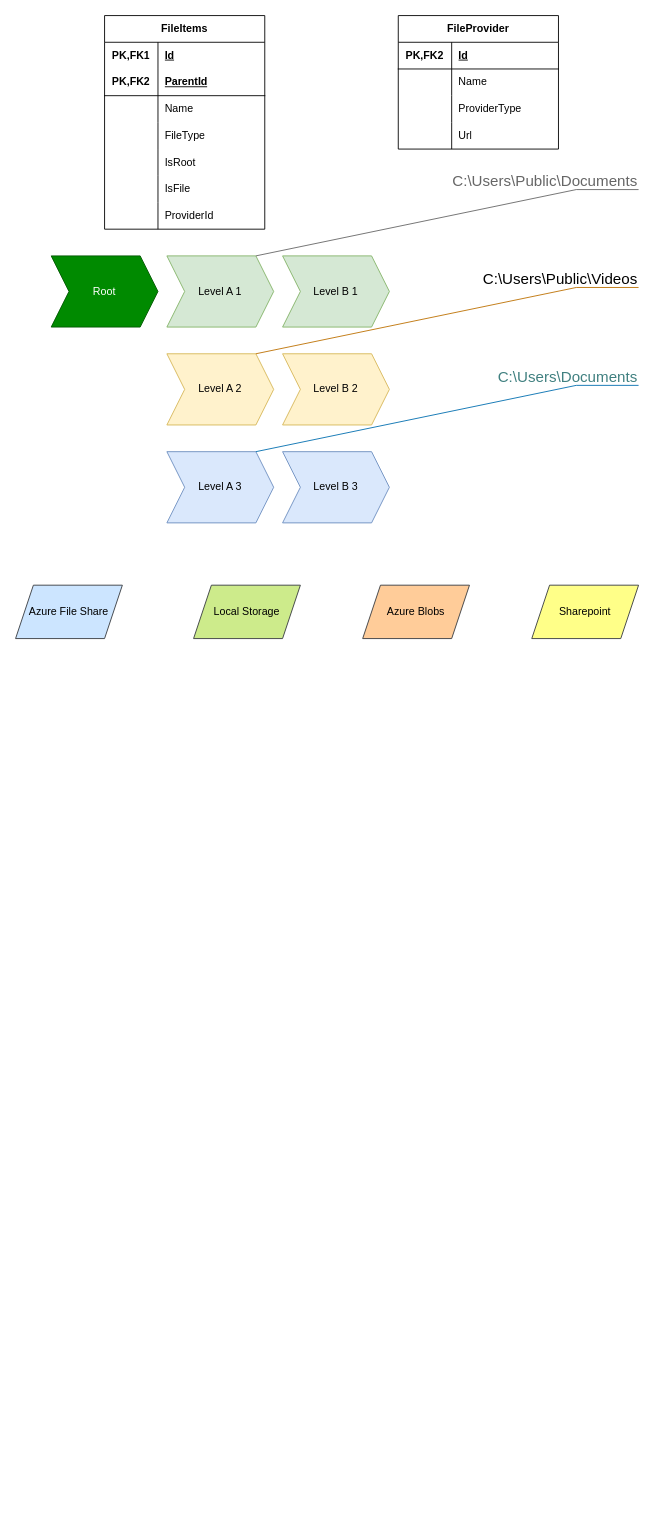
Above: TestBot/Untitled Diagram.drawio in Gnyasha/TestBot (draw.io), before the change. Source tidied: cells renumbered, new cells numbered last; positions are measured from the earlier drawing's top-left corner, leaving out a move shared by most shapes. Both pictures are drawn from the tidied source at 89%, with x=0, y=0 at pixel (15, 15).
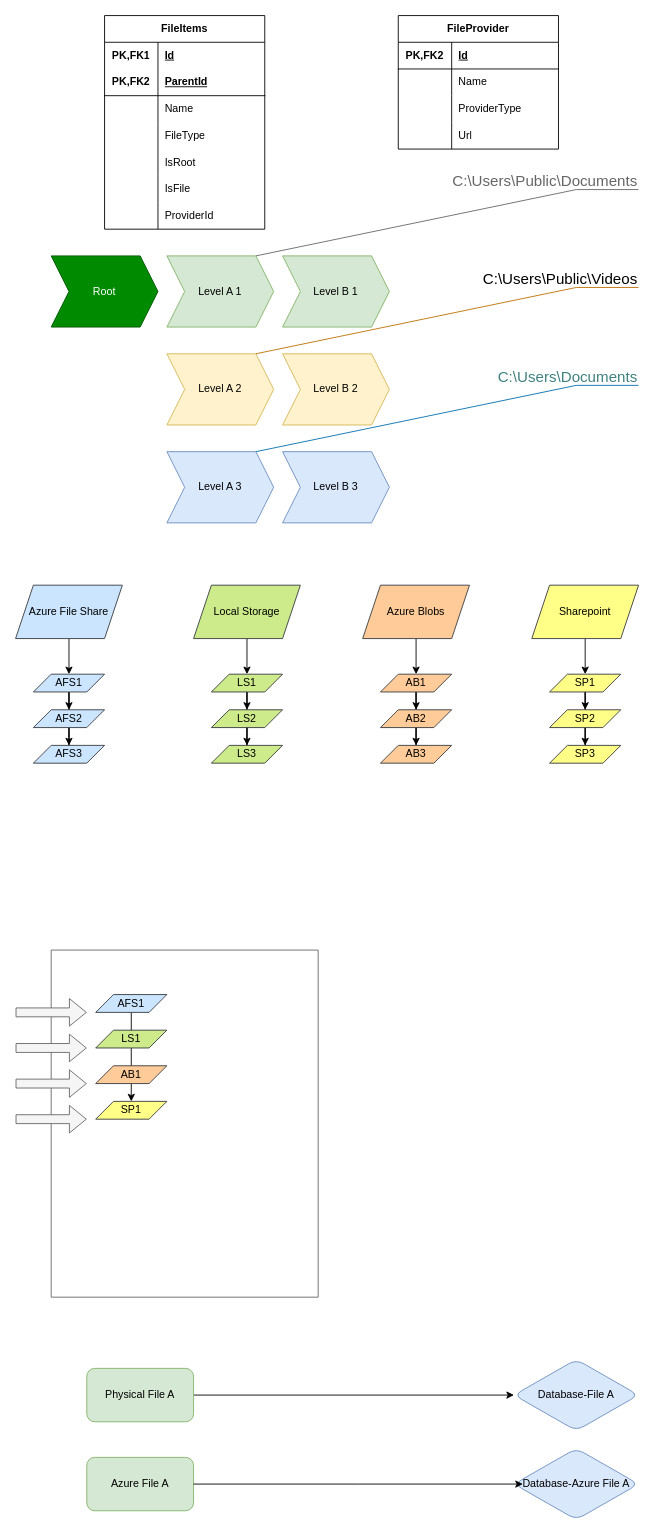
Above is the later version.

Unchanged cells that the change refers to:
```xml
<mxCell id="47" value="Azure File Share" style="shape=parallelogram;perimeter=parallelogramPerimeter;whiteSpace=wrap;html=1;fixedSize=1;fillColor=#cce5ff;strokeColor=#36393d;" parent="1" vertex="1">
  <mxGeometry y="640" width="120" height="60" as="geometry" />
</mxCell>
<mxCell id="48" value="Local Storage" style="shape=parallelogram;perimeter=parallelogramPerimeter;whiteSpace=wrap;html=1;fixedSize=1;fillColor=#cdeb8b;strokeColor=#36393d;" parent="1" vertex="1">
  <mxGeometry x="200" y="640" width="120" height="60" as="geometry" />
</mxCell>
<mxCell id="49" value="Azure Blobs" style="shape=parallelogram;perimeter=parallelogramPerimeter;whiteSpace=wrap;html=1;fixedSize=1;fillColor=#ffcc99;strokeColor=#36393d;" parent="1" vertex="1">
  <mxGeometry x="390" y="640" width="120" height="60" as="geometry" />
</mxCell>
<mxCell id="50" value="Sharepoint" style="shape=parallelogram;perimeter=parallelogramPerimeter;whiteSpace=wrap;html=1;fixedSize=1;fillColor=#ffff88;strokeColor=#36393d;" parent="1" vertex="1">
  <mxGeometry x="580" y="640" width="120" height="60" as="geometry" />
</mxCell>
```

Diff of the diagram source:
```diff
@@
+    <mxCell id="51" style="edgeStyle=orthogonalEdgeStyle;rounded=0;jettySize=auto;html=1;" parent="1" edge="1" source="47" target="56">
+      <mxGeometry relative="1" as="geometry" />
+    </mxCell>
@@
+    <mxCell id="52" style="edgeStyle=orthogonalEdgeStyle;rounded=0;jettySize=auto;html=1;" parent="1" edge="1" source="48" target="61">
+      <mxGeometry relative="1" as="geometry" />
+    </mxCell>
@@
+    <mxCell id="53" style="edgeStyle=orthogonalEdgeStyle;rounded=0;jettySize=auto;html=1;" parent="1" edge="1" source="49" target="66">
+      <mxGeometry relative="1" as="geometry" />
+    </mxCell>
@@
+    <mxCell id="54" style="edgeStyle=orthogonalEdgeStyle;rounded=0;jettySize=auto;html=1;" parent="1" edge="1" source="50" target="71">
+      <mxGeometry relative="1" as="geometry" />
+    </mxCell>
@@
+    <mxCell id="55" style="edgeStyle=orthogonalEdgeStyle;rounded=0;jettySize=auto;html=1;" parent="1" edge="1" source="56" target="58">
+      <mxGeometry relative="1" as="geometry" />
+    </mxCell>
+    <mxCell id="56" value="AFS1" style="shape=parallelogram;perimeter=parallelogramPerimeter;whiteSpace=wrap;html=1;fixedSize=1;fillColor=#cce5ff;strokeColor=#36393d;" parent="1" vertex="1">
+      <mxGeometry x="20" y="740" width="80" height="20" as="geometry" />
+    </mxCell>
+    <mxCell id="57" style="edgeStyle=orthogonalEdgeStyle;rounded=0;jettySize=auto;html=1;" parent="1" edge="1" source="58" target="59">
+      <mxGeometry relative="1" as="geometry" />
+    </mxCell>
+    <mxCell id="58" value="AFS2" style="shape=parallelogram;perimeter=parallelogramPerimeter;whiteSpace=wrap;html=1;fixedSize=1;fillColor=#cce5ff;strokeColor=#36393d;" parent="1" vertex="1">
+      <mxGeometry x="20" y="780" width="80" height="20" as="geometry" />
+    </mxCell>
+    <mxCell id="59" value="AFS3" style="shape=parallelogram;perimeter=parallelogramPerimeter;whiteSpace=wrap;html=1;fixedSize=1;fillColor=#cce5ff;strokeColor=#36393d;" parent="1" vertex="1">
+      <mxGeometry x="20" y="820" width="80" height="20" as="geometry" />
+    </mxCell>
+    <mxCell id="60" style="edgeStyle=orthogonalEdgeStyle;rounded=0;jettySize=auto;html=1;" parent="1" edge="1" source="61" target="63">
+      <mxGeometry relative="1" as="geometry" />
+    </mxCell>
+    <mxCell id="61" value="LS1" style="shape=parallelogram;perimeter=parallelogramPerimeter;whiteSpace=wrap;html=1;fixedSize=1;fillColor=#cdeb8b;strokeColor=#36393d;" parent="1" vertex="1">
+      <mxGeometry x="220" y="740" width="80" height="20" as="geometry" />
+    </mxCell>
+    <mxCell id="62" style="edgeStyle=orthogonalEdgeStyle;rounded=0;jettySize=auto;html=1;" parent="1" edge="1" source="63" target="64">
+      <mxGeometry relative="1" as="geometry" />
+    </mxCell>
+    <mxCell id="63" value="LS2" style="shape=parallelogram;perimeter=parallelogramPerimeter;whiteSpace=wrap;html=1;fixedSize=1;fillColor=#cdeb8b;strokeColor=#36393d;" parent="1" vertex="1">
+      <mxGeometry x="220" y="780" width="80" height="20" as="geometry" />
+    </mxCell>
+    <mxCell id="64" value="LS3" style="shape=parallelogram;perimeter=parallelogramPerimeter;whiteSpace=wrap;html=1;fixedSize=1;fillColor=#cdeb8b;strokeColor=#36393d;" parent="1" vertex="1">
+      <mxGeometry x="220" y="820" width="80" height="20" as="geometry" />
+    </mxCell>
+    <mxCell id="65" style="edgeStyle=orthogonalEdgeStyle;rounded=0;jettySize=auto;html=1;" parent="1" edge="1" source="66" target="68">
+      <mxGeometry relative="1" as="geometry" />
+    </mxCell>
+    <mxCell id="66" value="AB1" style="shape=parallelogram;perimeter=parallelogramPerimeter;whiteSpace=wrap;html=1;fixedSize=1;fillColor=#ffcc99;strokeColor=#36393d;" parent="1" vertex="1">
+      <mxGeometry x="410" y="740" width="80" height="20" as="geometry" />
+    </mxCell>
+    <mxCell id="67" style="edgeStyle=orthogonalEdgeStyle;rounded=0;jettySize=auto;html=1;" parent="1" edge="1" source="68" target="69">
+      <mxGeometry relative="1" as="geometry" />
+    </mxCell>
+    <mxCell id="68" value="AB2" style="shape=parallelogram;perimeter=parallelogramPerimeter;whiteSpace=wrap;html=1;fixedSize=1;fillColor=#ffcc99;strokeColor=#36393d;" parent="1" vertex="1">
+      <mxGeometry x="410" y="780" width="80" height="20" as="geometry" />
+    </mxCell>
+    <mxCell id="69" value="AB3" style="shape=parallelogram;perimeter=parallelogramPerimeter;whiteSpace=wrap;html=1;fixedSize=1;fillColor=#ffcc99;strokeColor=#36393d;" parent="1" vertex="1">
+      <mxGeometry x="410" y="820" width="80" height="20" as="geometry" />
+    </mxCell>
+    <mxCell id="70" style="edgeStyle=orthogonalEdgeStyle;rounded=0;jettySize=auto;html=1;" parent="1" edge="1" source="71" target="73">
+      <mxGeometry relative="1" as="geometry" />
+    </mxCell>
+    <mxCell id="71" value="SP1" style="shape=parallelogram;perimeter=parallelogramPerimeter;whiteSpace=wrap;html=1;fixedSize=1;fillColor=#ffff88;strokeColor=#36393d;" parent="1" vertex="1">
+      <mxGeometry x="600" y="740" width="80" height="20" as="geometry" />
+    </mxCell>
+    <mxCell id="72" style="edgeStyle=orthogonalEdgeStyle;rounded=0;jettySize=auto;html=1;" parent="1" edge="1" source="73" target="74">
+      <mxGeometry relative="1" as="geometry" />
+    </mxCell>
+    <mxCell id="73" value="SP2" style="shape=parallelogram;perimeter=parallelogramPerimeter;whiteSpace=wrap;html=1;fixedSize=1;fillColor=#ffff88;strokeColor=#36393d;" parent="1" vertex="1">
+      <mxGeometry x="600" y="780" width="80" height="20" as="geometry" />
+    </mxCell>
+    <mxCell id="74" value="SP3" style="shape=parallelogram;perimeter=parallelogramPerimeter;whiteSpace=wrap;html=1;fixedSize=1;fillColor=#ffff88;strokeColor=#36393d;" parent="1" vertex="1">
+      <mxGeometry x="600" y="820" width="80" height="20" as="geometry" />
+    </mxCell>
+    <mxCell id="75" style="swimlane;startSize=0;fillColor=#f5f5f5;fontColor=#333333;strokeColor=#666666;" parent="1" vertex="1">
+      <mxGeometry x="40" y="1050" width="300" height="390" as="geometry" />
+    </mxCell>
+    <mxCell id="76" style="edgeStyle=orthogonalEdgeStyle;rounded=0;jettySize=auto;html=1;" parent="75" edge="1" source="77" target="80">
+      <mxGeometry relative="1" as="geometry" />
+    </mxCell>
+    <mxCell id="77" value="AFS1" style="shape=parallelogram;perimeter=parallelogramPerimeter;whiteSpace=wrap;html=1;fixedSize=1;fillColor=#cce5ff;strokeColor=#36393d;" parent="75" vertex="1">
+      <mxGeometry x="50" y="50" width="80" height="20" as="geometry" />
+    </mxCell>
+    <mxCell id="78" value="LS1" style="shape=parallelogram;perimeter=parallelogramPerimeter;whiteSpace=wrap;html=1;fixedSize=1;fillColor=#cdeb8b;strokeColor=#36393d;" parent="75" vertex="1">
+      <mxGeometry x="50" y="90" width="80" height="20" as="geometry" />
+    </mxCell>
+    <mxCell id="79" value="AB1" style="shape=parallelogram;perimeter=parallelogramPerimeter;whiteSpace=wrap;html=1;fixedSize=1;fillColor=#ffcc99;strokeColor=#36393d;" parent="75" vertex="1">
+      <mxGeometry x="50" y="130" width="80" height="20" as="geometry" />
+    </mxCell>
+    <mxCell id="80" value="SP1" style="shape=parallelogram;perimeter=parallelogramPerimeter;whiteSpace=wrap;html=1;fixedSize=1;fillColor=#ffff88;strokeColor=#36393d;" parent="75" vertex="1">
+      <mxGeometry x="50" y="170" width="80" height="20" as="geometry" />
+    </mxCell>
+    <mxCell id="81" style="shape=flexArrow;endArrow=classic;html=1;rounded=0;fillColor=#f5f5f5;strokeColor=#666666;" parent="1" edge="1">
+      <mxGeometry relative="1" as="geometry">
+        <mxPoint y="1120" as="sourcePoint" />
+        <mxPoint x="80" y="1120" as="targetPoint" />
+      </mxGeometry>
+    </mxCell>
+    <mxCell id="82" style="shape=flexArrow;endArrow=classic;html=1;rounded=0;fillColor=#f5f5f5;strokeColor=#666666;" parent="1" edge="1">
+      <mxGeometry relative="1" as="geometry">
+        <mxPoint y="1160" as="sourcePoint" />
+        <mxPoint x="80" y="1160" as="targetPoint" />
+      </mxGeometry>
+    </mxCell>
+    <mxCell id="83" style="shape=flexArrow;endArrow=classic;html=1;rounded=0;fillColor=#f5f5f5;strokeColor=#666666;" parent="1" edge="1">
+      <mxGeometry relative="1" as="geometry">
+        <mxPoint y="1200" as="sourcePoint" />
+        <mxPoint x="80" y="1200" as="targetPoint" />
+      </mxGeometry>
+    </mxCell>
+    <mxCell id="84" style="shape=flexArrow;endArrow=classic;html=1;rounded=0;fillColor=#f5f5f5;strokeColor=#666666;" parent="1" edge="1">
+      <mxGeometry relative="1" as="geometry">
+        <mxPoint y="1240" as="sourcePoint" />
+        <mxPoint x="80" y="1240" as="targetPoint" />
+      </mxGeometry>
+    </mxCell>
+    <mxCell id="85" style="edgeStyle=orthogonalEdgeStyle;rounded=0;jettySize=auto;html=1;" parent="1" edge="1" source="86" target="87">
+      <mxGeometry relative="1" as="geometry" />
+    </mxCell>
+    <mxCell id="86" value="Physical File A" style="rounded=1;whiteSpace=wrap;html=1;fillColor=#d5e8d4;strokeColor=#82b366;" parent="1" vertex="1">
+      <mxGeometry x="80" y="1520" width="120" height="60" as="geometry" />
+    </mxCell>
+    <mxCell id="87" value="Database-File A" style="rhombus;whiteSpace=wrap;html=1;rounded=1;fillColor=#dae8fc;strokeColor=#6c8ebf;" parent="1" vertex="1">
+      <mxGeometry x="560" y="1510" width="140" height="80" as="geometry" />
+    </mxCell>
+    <mxCell id="88" value="Azure File A" style="rounded=1;whiteSpace=wrap;html=1;fillColor=#d5e8d4;strokeColor=#82b366;" parent="1" vertex="1">
+      <mxGeometry x="80" y="1620" width="120" height="60" as="geometry" />
+    </mxCell>
+    <mxCell id="89" value="Database-Azure File A" style="rhombus;whiteSpace=wrap;html=1;rounded=1;fillColor=#dae8fc;strokeColor=#6c8ebf;" parent="1" vertex="1">
+      <mxGeometry x="560" y="1610" width="140" height="80" as="geometry" />
+    </mxCell>
+    <mxCell id="90" style="edgeStyle=orthogonalEdgeStyle;rounded=0;jettySize=auto;html=1;exitX=1;exitY=0.5;exitDx=0;exitDy=0;" parent="1" edge="1" source="88">
+      <mxGeometry relative="1" as="geometry">
+        <mxPoint x="570" y="1650" as="targetPoint" />
+      </mxGeometry>
+    </mxCell>
```
